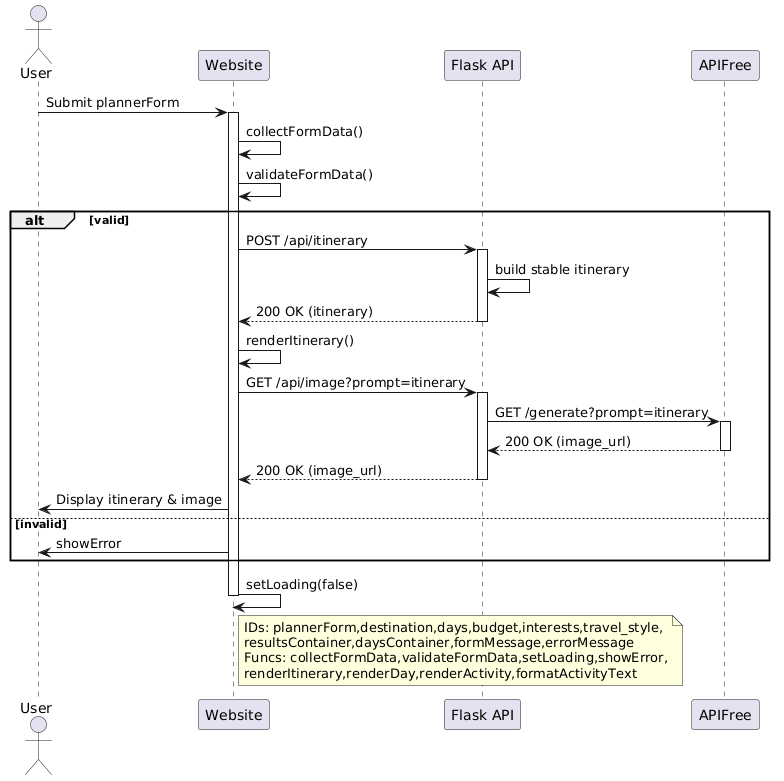
The PlantUML diagram Task1/artifacts/uml/sequence_diagram.png in EasonYang0618/travel-planner-generator, before a commit.
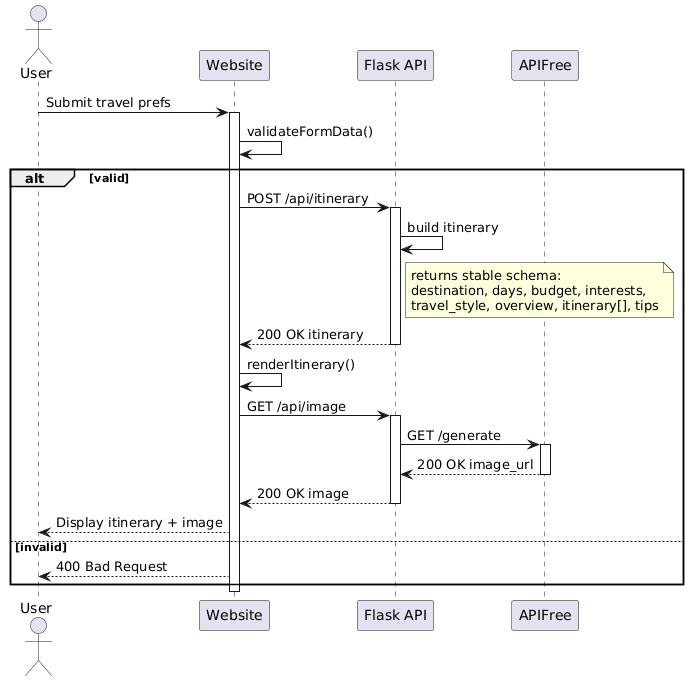
Above is the later version.

The edit, as a diff of the source:
```diff
@@ -1,39 +1,33 @@
 @startuml
 actor User
 participant Website
-participant "Flask API" as API
+participant "Flask API" as FlaskAPI
 participant APIFree
 
-User -> Website: Submit plannerForm
+User -> Website: Submit travel prefs
 activate Website
-Website -> Website: collectFormData()
 Website -> Website: validateFormData()
 alt valid
-  Website -> API: POST /api/itinerary
-  activate API
-  API -> API: build stable itinerary
-  API --> Website: 200 OK (itinerary)
-  deactivate API
+  Website -> FlaskAPI: POST /api/itinerary
+  activate FlaskAPI
+  FlaskAPI -> FlaskAPI: build itinerary
+  note right of FlaskAPI: returns stable schema:\ndestination, days, budget, interests,\ntravel_style, overview, itinerary[], tips
+  FlaskAPI --> Website: 200 OK itinerary
+  deactivate FlaskAPI
+
   Website -> Website: renderItinerary()
-  Website -> API: GET /api/image?prompt=itinerary
-  activate API
-  API -> APIFree: GET /generate?prompt=itinerary
+  Website -> FlaskAPI: GET /api/image
+  activate FlaskAPI
+  FlaskAPI -> APIFree: GET /generate
   activate APIFree
-  APIFree --> API: 200 OK (image_url)
+  APIFree --> FlaskAPI: 200 OK image_url
   deactivate APIFree
-  API --> Website: 200 OK (image_url)
-  deactivate API
-  Website -> User: Display itinerary & image
+  FlaskAPI --> Website: 200 OK image
+  deactivate FlaskAPI
+
+  Website --> User: Display itinerary + image
 else invalid
-  Website -> User: showError
+  Website --> User: 400 Bad Request
 end
-Website -> Website: setLoading(false)
 deactivate Website
-
-note right of Website
-IDs: plannerForm,destination,days,budget,interests,travel_style,
-resultsContainer,daysContainer,formMessage,errorMessage
-Funcs: collectFormData,validateFormData,setLoading,showError,
-renderItinerary,renderDay,renderActivity,formatActivityText
-end note
 @enduml
```
